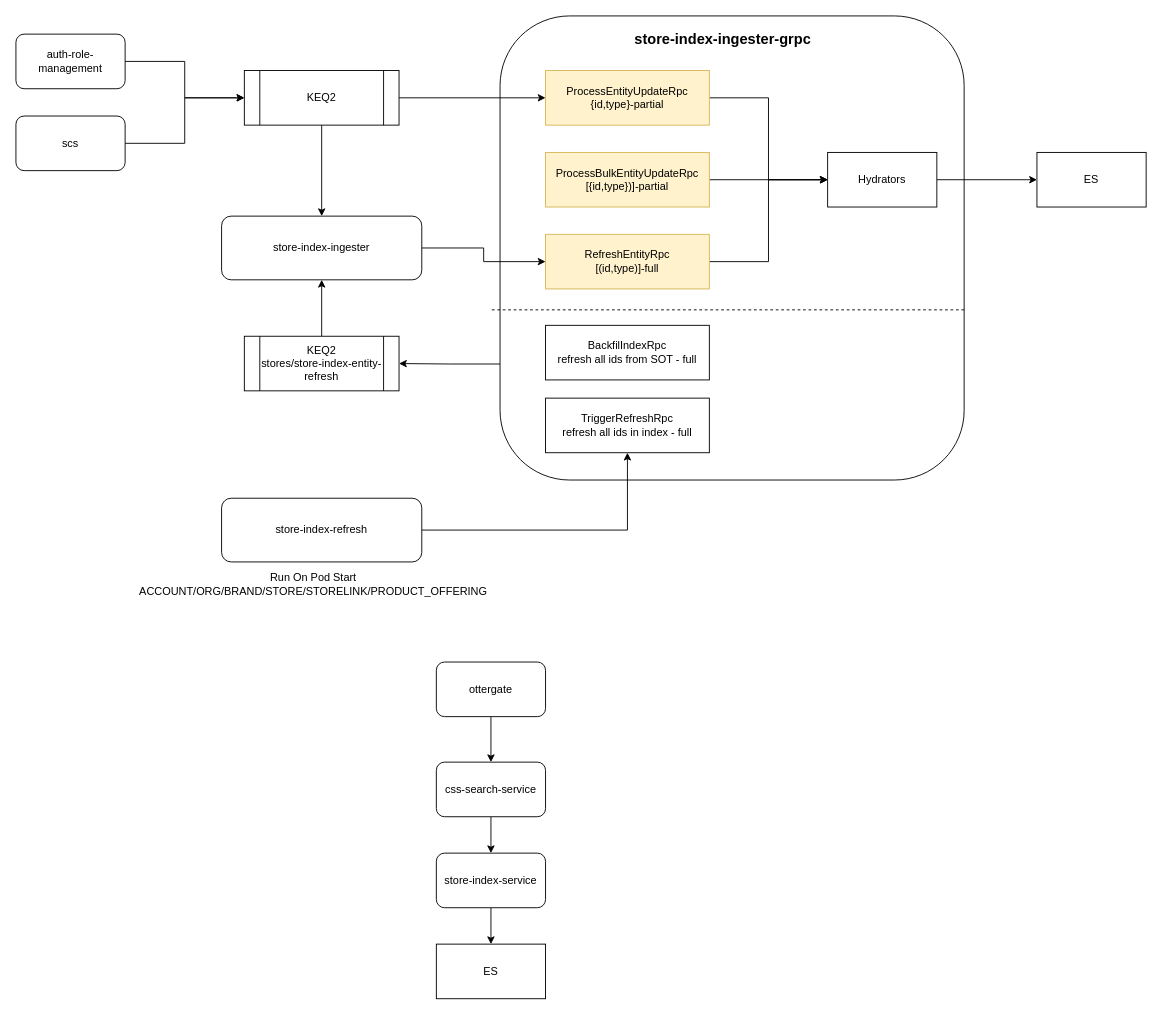
Above: StoreIndex.drawio in evagle/awesome (draw.io), before the change. Source tidied: cells renumbered, new cells numbered last; positions are measured from the earlier drawing's top-left corner, leaving out a move shared by most shapes. Both pictures are drawn from the tidied source at 91%, with x=0, y=0 at pixel (15, 15).
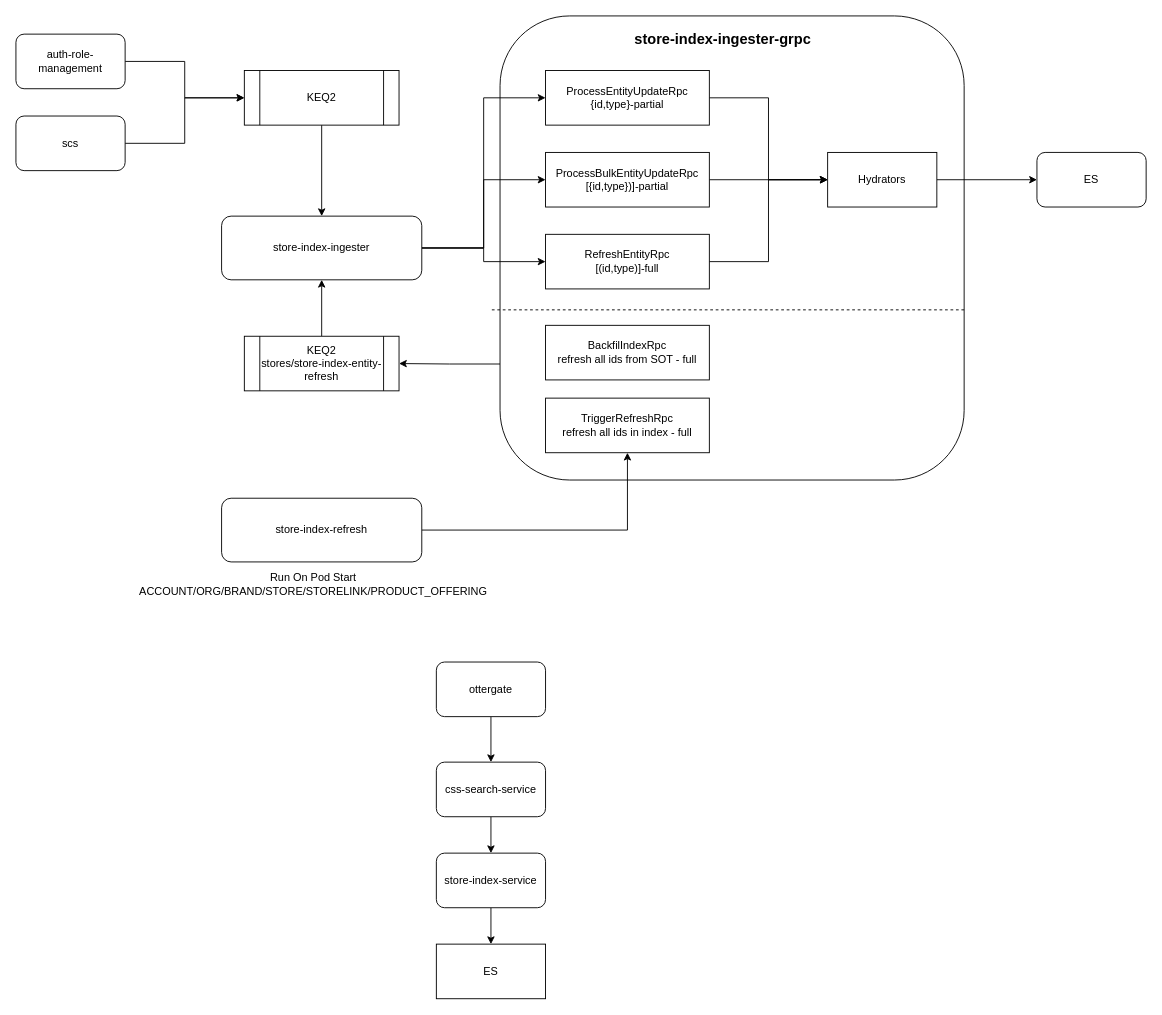
The same page after the edit.

The change refers to these unchanged cells:
```xml
<mxCell id="22" value="KEQ2" style="shape=process;whiteSpace=wrap;html=1;backgroundOutline=1;" parent="1" vertex="1">
  <mxGeometry x="251" y="60" width="170" height="60" as="geometry" />
</mxCell>
<mxCell id="30" value="store-index-ingester" style="rounded=1;whiteSpace=wrap;html=1;" parent="1" vertex="1">
  <mxGeometry x="226" y="220" width="220" height="70" as="geometry" />
</mxCell>
```

What changed in the source:
```diff
@@
-    <mxCell id="5" value="ProcessEntityUpdateRpc&lt;br&gt;{id,type}-partial" style="rounded=0;whiteSpace=wrap;html=1;fillColor=#fff2cc;strokeColor=#d6b656;" parent="1" vertex="1">
+    <mxCell id="5" value="ProcessEntityUpdateRpc&lt;br&gt;{id,type}-partial" style="rounded=0;whiteSpace=wrap;html=1;" parent="1" vertex="1">
       <mxGeometry x="582" y="60" width="180" height="60" as="geometry" />
     </mxCell>
@@
-    <mxCell id="9" value="RefreshEntityRpc&lt;br&gt;[(id,type)]-full" style="rounded=0;whiteSpace=wrap;html=1;fillColor=#fff2cc;strokeColor=#d6b656;" parent="1" vertex="1">
+    <mxCell id="9" value="RefreshEntityRpc&lt;br&gt;[(id,type)]-full" style="rounded=0;whiteSpace=wrap;html=1;" parent="1" vertex="1">
       <mxGeometry x="582" y="240" width="180" height="60" as="geometry" />
     </mxCell>
@@
-    <mxCell id="12" value="ProcessBulkEntityUpdateRpc&lt;br&gt;[{id,type})]-partial" style="rounded=0;whiteSpace=wrap;html=1;fillColor=#fff2cc;strokeColor=#d6b656;" parent="1" vertex="1">
+    <mxCell id="12" value="ProcessBulkEntityUpdateRpc&lt;br&gt;[{id,type})]-partial" style="rounded=0;whiteSpace=wrap;html=1;" parent="1" vertex="1">
       <mxGeometry x="582" y="150" width="180" height="60" as="geometry" />
     </mxCell>
-    <mxCell id="13" value="ES" style="rounded=0;whiteSpace=wrap;html=1;" parent="1" vertex="1">
+    <mxCell id="13" value="ES" style="rounded=1;whiteSpace=wrap;html=1;" parent="1" vertex="1">
       <mxGeometry x="1122" y="150" width="120" height="60" as="geometry" />
     </mxCell>
@@
-    <mxCell id="20" style="edgeStyle=orthogonalEdgeStyle;rounded=0;jettySize=auto;html=1;exitX=1;exitY=0.5;exitDx=0;exitDy=0;entryX=0;entryY=0.5;entryDx=0;entryDy=0;" parent="1" edge="1" source="22" target="5">
-      <mxGeometry relative="1" as="geometry" />
-    </mxCell>
@@
+    <mxCell id="38" style="edgeStyle=orthogonalEdgeStyle;rounded=0;jettySize=auto;html=1;exitX=1;exitY=0.5;exitDx=0;exitDy=0;entryX=0;entryY=0.5;entryDx=0;entryDy=0;" parent="1" edge="1" source="30" target="5">
+      <mxGeometry relative="1" as="geometry" />
+    </mxCell>
+    <mxCell id="39" style="edgeStyle=orthogonalEdgeStyle;rounded=0;jettySize=auto;html=1;exitX=1;exitY=0.5;exitDx=0;exitDy=0;entryX=0;entryY=0.5;entryDx=0;entryDy=0;" parent="1" edge="1" source="30" target="12">
+      <mxGeometry relative="1" as="geometry" />
+    </mxCell>
```
